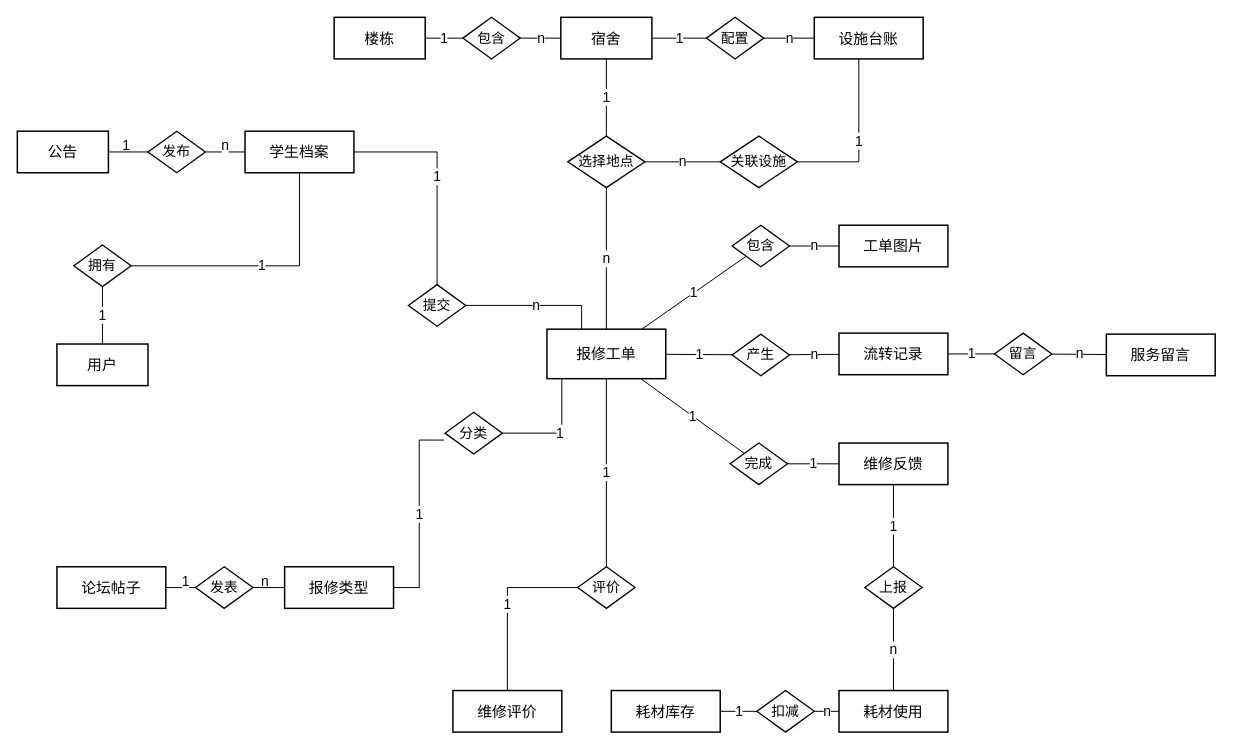
The draw.io diagram docs/project-doc-assets/reworked-diagrams/系统核心E-R实体关系图.drawio in zh23jemu/260324_Dormitory-Repair-Management, before the edit. Source tidied: cells renumbered, new cells numbered last; positions are measured from the earlier drawing's top-left corner, leaving out a move shared by most shapes. Both pictures are drawn from the tidied source at 99%, with x=0, y=0 at pixel (17, 17).
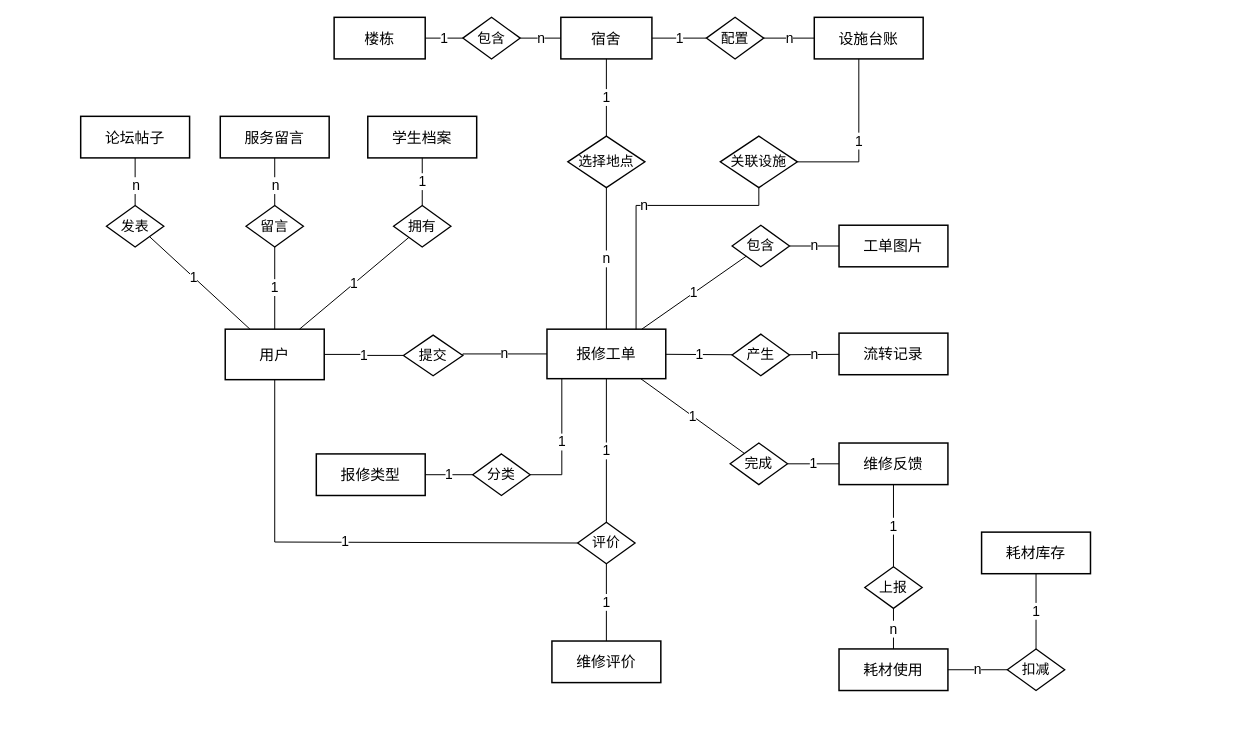
After the change.

Commit message:
docs: 更新项目架构ER图

调整了多个实体的位置和连接线，优化整体排版布局，修正了部分关联关系配置

The change refers to these unchanged cells:
```xml
<mxCell id="8" value="报修工单" style="rounded=0;whiteSpace=wrap;html=1;fillColor=#FFFFFF;strokeColor=#000000;strokeWidth=1.5;fontSize=15;fontColor=#000000;align=center;verticalAlign=middle;" parent="1" vertex="1">
  <mxGeometry x="535" y="315" width="120" height="50" as="geometry" />
</mxCell>
<mxCell id="12" value="流转记录" style="rounded=0;whiteSpace=wrap;html=1;fillColor=#FFFFFF;strokeColor=#000000;strokeWidth=1.5;fontSize=15;fontColor=#000000;align=center;verticalAlign=middle;" parent="1" vertex="1">
  <mxGeometry x="830" y="319" width="110" height="42" as="geometry" />
</mxCell>
<mxCell id="22" value="选择地点" style="rhombus;whiteSpace=wrap;html=1;fillColor=#FFFFFF;strokeColor=#000000;strokeWidth=1.3;fontSize=14;fontColor=#000000;align=center;verticalAlign=middle;" parent="1" vertex="1">
  <mxGeometry x="556" y="120" width="78" height="52" as="geometry" />
</mxCell>
<mxCell id="23" value="关联设施" style="rhombus;whiteSpace=wrap;html=1;fillColor=#FFFFFF;strokeColor=#000000;strokeWidth=1.3;fontSize=14;fontColor=#000000;align=center;verticalAlign=middle;" parent="1" vertex="1">
  <mxGeometry x="710" y="120" width="78" height="52" as="geometry" />
</mxCell>
```

Change to the diagram source:
```diff
@@
-    <mxCell id="2" value="公告" style="rounded=0;whiteSpace=wrap;html=1;fillColor=#FFFFFF;strokeColor=#000000;strokeWidth=1.5;fontSize=15;fontColor=#000000;align=center;verticalAlign=middle;" parent="1" vertex="1">
-      <mxGeometry y="115" width="92" height="42" as="geometry" />
-    </mxCell>
+    <mxCell id="51" value="n" style="endArrow=none;html=1;rounded=0;strokeColor=#000000;strokeWidth=1;fontSize=14;labelBackgroundColor=#FFFFFF;" parent="1" edge="1" source="10" target="27">
+      <mxGeometry x="0.17" y="1" relative="1" as="geometry" />
+    </mxCell>
     <mxCell id="3" value="用户" style="rounded=0;whiteSpace=wrap;html=1;fillColor=#FFFFFF;strokeColor=#000000;strokeWidth=1.5;fontSize=15;fontColor=#000000;align=center;verticalAlign=middle;" parent="1" vertex="1">
-      <mxGeometry x="40" y="330" width="92" height="42" as="geometry" />
+      <mxGeometry x="210" y="315" width="100" height="51" as="geometry" />
     </mxCell>
     <mxCell id="4" value="学生档案" style="rounded=0;whiteSpace=wrap;html=1;fillColor=#FFFFFF;strokeColor=#000000;strokeWidth=1.5;fontSize=15;fontColor=#000000;align=center;verticalAlign=middle;" parent="1" vertex="1">
-      <mxGeometry x="230" y="115" width="110" height="42" as="geometry" />
+      <mxGeometry x="354" y="100" width="110" height="42" as="geometry" />
     </mxCell>
@@
     <mxCell id="9" value="报修类型" style="rounded=0;whiteSpace=wrap;html=1;fillColor=#FFFFFF;strokeColor=#000000;strokeWidth=1.5;fontSize=15;fontColor=#000000;align=center;verticalAlign=middle;" parent="1" vertex="1">
-      <mxGeometry x="270" y="555" width="110" height="42" as="geometry" />
+      <mxGeometry x="302" y="441" width="110" height="42" as="geometry" />
     </mxCell>
     <mxCell id="10" value="论坛帖子" style="rounded=0;whiteSpace=wrap;html=1;fillColor=#FFFFFF;strokeColor=#000000;strokeWidth=1.5;fontSize=15;fontColor=#000000;align=center;verticalAlign=middle;" parent="1" vertex="1">
-      <mxGeometry x="40" y="555" width="110" height="42" as="geometry" />
+      <mxGeometry x="64" y="100" width="110" height="42" as="geometry" />
     </mxCell>
@@
     <mxCell id="13" value="服务留言" style="rounded=0;whiteSpace=wrap;html=1;fillColor=#FFFFFF;strokeColor=#000000;strokeWidth=1.5;fontSize=15;fontColor=#000000;align=center;verticalAlign=middle;" parent="1" vertex="1">
-      <mxGeometry x="1100" y="320" width="110" height="42" as="geometry" />
+      <mxGeometry x="205" y="100" width="110" height="42" as="geometry" />
     </mxCell>
@@
     <mxCell id="15" value="维修评价" style="rounded=0;whiteSpace=wrap;html=1;fillColor=#FFFFFF;strokeColor=#000000;strokeWidth=1.5;fontSize=15;fontColor=#000000;align=center;verticalAlign=middle;" parent="1" vertex="1">
-      <mxGeometry x="440" y="680" width="110" height="42" as="geometry" />
+      <mxGeometry x="540" y="630" width="110" height="42" as="geometry" />
     </mxCell>
     <mxCell id="16" value="耗材库存" style="rounded=0;whiteSpace=wrap;html=1;fillColor=#FFFFFF;strokeColor=#000000;strokeWidth=1.5;fontSize=15;fontColor=#000000;align=center;verticalAlign=middle;" parent="1" vertex="1">
-      <mxGeometry x="600" y="680" width="110" height="42" as="geometry" />
+      <mxGeometry x="974" y="520" width="110" height="42" as="geometry" />
     </mxCell>
     <mxCell id="17" value="耗材使用" style="rounded=0;whiteSpace=wrap;html=1;fillColor=#FFFFFF;strokeColor=#000000;strokeWidth=1.5;fontSize=15;fontColor=#000000;align=center;verticalAlign=middle;" parent="1" vertex="1">
-      <mxGeometry x="830" y="680" width="110" height="42" as="geometry" />
+      <mxGeometry x="830" y="638" width="110" height="42" as="geometry" />
     </mxCell>
-    <mxCell id="18" value="发布" style="rhombus;whiteSpace=wrap;html=1;fillColor=#FFFFFF;strokeColor=#000000;strokeWidth=1.3;fontSize=14;fontColor=#000000;align=center;verticalAlign=middle;" parent="1" vertex="1">
-      <mxGeometry x="132" y="115" width="58" height="42" as="geometry" />
-    </mxCell>
     <mxCell id="19" value="拥有" style="rhombus;whiteSpace=wrap;html=1;fillColor=#FFFFFF;strokeColor=#000000;strokeWidth=1.3;fontSize=14;fontColor=#000000;align=center;verticalAlign=middle;" parent="1" vertex="1">
-      <mxGeometry x="57" y="230" width="58" height="42" as="geometry" />
+      <mxGeometry x="380" y="190" width="58" height="42" as="geometry" />
     </mxCell>
@@
     <mxCell id="24" value="提交" style="rhombus;whiteSpace=wrap;html=1;fillColor=#FFFFFF;strokeColor=#000000;strokeWidth=1.3;fontSize=14;fontColor=#000000;align=center;verticalAlign=middle;" parent="1" vertex="1">
-      <mxGeometry x="395" y="270" width="58" height="42" as="geometry" />
+      <mxGeometry x="390" y="321" width="60" height="41" as="geometry" />
     </mxCell>
     <mxCell id="25" value="分类" style="rhombus;whiteSpace=wrap;html=1;fillColor=#FFFFFF;strokeColor=#000000;strokeWidth=1.3;fontSize=14;fontColor=#000000;align=center;verticalAlign=middle;" parent="1" vertex="1">
-      <mxGeometry x="432" y="399" width="58" height="42" as="geometry" />
+      <mxGeometry x="460" y="441" width="58" height="42" as="geometry" />
     </mxCell>
     <mxCell id="26" value="评价" style="rhombus;whiteSpace=wrap;html=1;fillColor=#FFFFFF;strokeColor=#000000;strokeWidth=1.3;fontSize=14;fontColor=#000000;align=center;verticalAlign=middle;" parent="1" vertex="1">
-      <mxGeometry x="566" y="555" width="58" height="42" as="geometry" />
+      <mxGeometry x="566" y="510" width="58" height="42" as="geometry" />
     </mxCell>
     <mxCell id="27" value="发表" style="rhombus;whiteSpace=wrap;html=1;fillColor=#FFFFFF;strokeColor=#000000;strokeWidth=1.3;fontSize=14;fontColor=#000000;align=center;verticalAlign=middle;" parent="1" vertex="1">
-      <mxGeometry x="180" y="555" width="58" height="42" as="geometry" />
+      <mxGeometry x="90" y="190" width="58" height="42" as="geometry" />
     </mxCell>
@@
     <mxCell id="30" value="留言" style="rhombus;whiteSpace=wrap;html=1;fillColor=#FFFFFF;strokeColor=#000000;strokeWidth=1.3;fontSize=14;fontColor=#000000;align=center;verticalAlign=middle;" parent="1" vertex="1">
-      <mxGeometry x="987" y="319" width="58" height="42" as="geometry" />
+      <mxGeometry x="231" y="190" width="58" height="42" as="geometry" />
     </mxCell>
@@
     <mxCell id="33" value="扣减" style="rhombus;whiteSpace=wrap;html=1;fillColor=#FFFFFF;strokeColor=#000000;strokeWidth=1.3;fontSize=14;fontColor=#000000;align=center;verticalAlign=middle;" parent="1" vertex="1">
-      <mxGeometry x="747" y="680" width="58" height="42" as="geometry" />
+      <mxGeometry x="1000" y="638" width="58" height="42" as="geometry" />
     </mxCell>
-    <mxCell id="34" value="1" style="endArrow=none;html=1;rounded=0;strokeColor=#000000;strokeWidth=1;fontSize=14;labelBackgroundColor=#FFFFFF;" parent="1" edge="1" source="18" target="4">
-      <mxGeometry x="-1" y="80" relative="1" as="geometry">
-        <mxPoint x="-80" y="74" as="offset" />
-      </mxGeometry>
-    </mxCell>
-    <mxCell id="35" value="1" style="endArrow=none;html=1;rounded=0;strokeColor=#000000;strokeWidth=1;fontSize=14;labelBackgroundColor=#FFFFFF;" parent="1" edge="1" source="3" target="19">
+    <mxCell id="35" value="1" style="endArrow=none;html=1;rounded=0;strokeColor=#000000;strokeWidth=1;fontSize=14;labelBackgroundColor=#FFFFFF;exitX=0.75;exitY=0;exitDx=0;exitDy=0;" parent="1" edge="1" source="3" target="19">
       <mxGeometry relative="1" as="geometry" />
     </mxCell>
@@
-    <mxCell id="44" value="n" style="endArrow=none;html=1;rounded=0;strokeColor=#000000;strokeWidth=1;fontSize=14;labelBackgroundColor=#FFFFFF;entryX=1;entryY=0.5;entryDx=0;entryDy=0;" parent="1" edge="1" source="23" target="22">
-      <mxGeometry relative="1" as="geometry" />
+    <mxCell id="44" value="n" style="endArrow=none;html=1;rounded=0;strokeColor=#000000;strokeWidth=1;fontSize=14;labelBackgroundColor=#FFFFFF;entryX=0.75;entryY=0;entryDx=0;entryDy=0;exitX=0.5;exitY=1;exitDx=0;exitDy=0;edgeStyle=orthogonalEdgeStyle;" parent="1" edge="1" source="23" target="8">
+      <mxGeometry relative="1" as="geometry">
+        <Array as="points">
+          <mxPoint x="749" y="190" />
+          <mxPoint x="625" y="190" />
+        </Array>
+      </mxGeometry>
     </mxCell>
-    <mxCell id="45" value="1" style="endArrow=none;html=1;rounded=0;strokeColor=#000000;strokeWidth=1;fontSize=14;labelBackgroundColor=#FFFFFF;edgeStyle=orthogonalEdgeStyle;" parent="1" edge="1" source="4" target="24">
+    <mxCell id="45" value="1" style="endArrow=none;html=1;rounded=0;strokeColor=#000000;strokeWidth=1;fontSize=14;labelBackgroundColor=#FFFFFF;edgeStyle=orthogonalEdgeStyle;entryX=0;entryY=0.5;entryDx=0;entryDy=0;exitX=1;exitY=0.5;exitDx=0;exitDy=0;" parent="1" edge="1" source="3" target="24">
       <mxGeometry relative="1" as="geometry" />
     </mxCell>
-    <mxCell id="46" value="n" style="endArrow=none;html=1;rounded=0;strokeColor=#000000;strokeWidth=1;fontSize=14;labelBackgroundColor=#FFFFFF;edgeStyle=orthogonalEdgeStyle;" parent="1" edge="1" source="24" target="8">
+    <mxCell id="46" value="n" style="endArrow=none;html=1;rounded=0;strokeColor=#000000;strokeWidth=1;fontSize=14;labelBackgroundColor=#FFFFFF;edgeStyle=orthogonalEdgeStyle;entryX=0;entryY=0.5;entryDx=0;entryDy=0;exitX=1;exitY=0.5;exitDx=0;exitDy=0;" parent="1" edge="1" source="24" target="8">
       <mxGeometry relative="1" as="geometry">
         <Array as="points">
-          <mxPoint x="570" y="291" />
+          <mxPoint x="450" y="340" />
         </Array>
       </mxGeometry>
     </mxCell>
-    <mxCell id="47" value="1" style="endArrow=none;html=1;rounded=0;strokeColor=#000000;strokeWidth=1;fontSize=14;labelBackgroundColor=#FFFFFF;exitX=1;exitY=0.5;exitDx=0;exitDy=0;edgeStyle=orthogonalEdgeStyle;entryX=-0.017;entryY=0.667;entryDx=0;entryDy=0;entryPerimeter=0;" parent="1" edge="1" source="9" target="25">
+    <mxCell id="47" value="1" style="endArrow=none;html=1;rounded=0;strokeColor=#000000;strokeWidth=1;fontSize=14;labelBackgroundColor=#FFFFFF;exitX=1;exitY=0.5;exitDx=0;exitDy=0;edgeStyle=orthogonalEdgeStyle;entryX=0;entryY=0.5;entryDx=0;entryDy=0;" parent="1" edge="1" source="9" target="25">
       <mxGeometry relative="1" as="geometry" />
     </mxCell>
-    <mxCell id="48" value="1" style="endArrow=none;html=1;rounded=0;strokeColor=#000000;strokeWidth=1;fontSize=14;labelBackgroundColor=#FFFFFF;edgeStyle=orthogonalEdgeStyle;" parent="1" edge="1" source="25" target="8">
+    <mxCell id="48" value="1" style="endArrow=none;html=1;rounded=0;strokeColor=#000000;strokeWidth=1;fontSize=14;labelBackgroundColor=#FFFFFF;edgeStyle=orthogonalEdgeStyle;exitX=1;exitY=0.5;exitDx=0;exitDy=0;" parent="1" edge="1" source="25" target="8">
       <mxGeometry relative="1" as="geometry">
         <Array as="points">
-          <mxPoint x="550" y="420" />
+          <mxPoint x="550" y="462" />
         </Array>
       </mxGeometry>
     </mxCell>
@@
-    <mxCell id="50" value="1" style="endArrow=none;html=1;rounded=0;strokeColor=#000000;strokeWidth=1;fontSize=14;labelBackgroundColor=#FFFFFF;edgeStyle=orthogonalEdgeStyle;" parent="1" edge="1" source="26" target="15">
+    <mxCell id="50" value="1" style="endArrow=none;html=1;rounded=0;strokeColor=#000000;strokeWidth=1;fontSize=14;labelBackgroundColor=#FFFFFF;edgeStyle=orthogonalEdgeStyle;exitX=0.5;exitY=1;exitDx=0;exitDy=0;" parent="1" edge="1" source="26" target="15">
       <mxGeometry relative="1" as="geometry" />
     </mxCell>
-    <mxCell id="51" value="n" style="endArrow=none;html=1;rounded=0;strokeColor=#000000;strokeWidth=1;fontSize=14;labelBackgroundColor=#FFFFFF;" parent="1" edge="1" source="10" target="27">
-      <mxGeometry x="1" y="70" relative="1" as="geometry">
-        <mxPoint x="70" y="64" as="offset" />
-      </mxGeometry>
-    </mxCell>
-    <mxCell id="52" value="1" style="endArrow=none;html=1;rounded=0;strokeColor=#000000;strokeWidth=1;fontSize=14;labelBackgroundColor=#FFFFFF;entryX=0;entryY=0.5;entryDx=0;entryDy=0;" parent="1" edge="1" source="27" target="9">
-      <mxGeometry x="-1" y="68" relative="1" as="geometry">
-        <mxPoint x="-68" y="62" as="offset" />
-      </mxGeometry>
+    <mxCell id="52" value="1" style="endArrow=none;html=1;rounded=0;strokeColor=#000000;strokeWidth=1;fontSize=14;labelBackgroundColor=#FFFFFF;entryX=0.25;entryY=0;entryDx=0;entryDy=0;exitX=1;exitY=1;exitDx=0;exitDy=0;" parent="1" edge="1" source="27" target="3">
+      <mxGeometry x="-0.12" relative="1" as="geometry" />
     </mxCell>
@@
-    <mxCell id="57" value="1" style="endArrow=none;html=1;rounded=0;strokeColor=#000000;strokeWidth=1;fontSize=14;labelBackgroundColor=#FFFFFF;" parent="1" edge="1" source="12" target="30">
-      <mxGeometry relative="1" as="geometry" />
-    </mxCell>
-    <mxCell id="58" value="n" style="endArrow=none;html=1;rounded=0;strokeColor=#000000;strokeWidth=1;fontSize=14;labelBackgroundColor=#FFFFFF;" parent="1" edge="1" source="30" target="13">
-      <mxGeometry relative="1" as="geometry" />
-    </mxCell>
@@
-    <mxCell id="65" value="n" style="endArrow=none;html=1;rounded=0;strokeColor=#000000;strokeWidth=1;fontSize=14;labelBackgroundColor=#FFFFFF;" parent="1" edge="1" source="2" target="18">
-      <mxGeometry x="1" y="78" relative="1" as="geometry">
-        <mxPoint x="78" y="72" as="offset" />
-      </mxGeometry>
-    </mxCell>
+    <mxCell id="66" value="1" style="endArrow=none;html=1;rounded=0;strokeColor=#000000;strokeWidth=1;fontSize=14;labelBackgroundColor=#FFFFFF;edgeStyle=orthogonalEdgeStyle;entryX=0;entryY=0.5;entryDx=0;entryDy=0;exitX=0.5;exitY=1;exitDx=0;exitDy=0;" parent="1" edge="1" source="3" target="26">
+      <mxGeometry relative="1" as="geometry">
+        <Array as="points">
+          <mxPoint x="260" y="530" />
+          <mxPoint x="566" y="530" />
+        </Array>
+      </mxGeometry>
+    </mxCell>
+    <mxCell id="67" value="n" style="endArrow=none;html=1;rounded=0;strokeColor=#000000;strokeWidth=1;fontSize=14;labelBackgroundColor=#FFFFFF;exitX=0.5;exitY=1;exitDx=0;exitDy=0;entryX=0.5;entryY=0;entryDx=0;entryDy=0;" parent="1" edge="1" source="13" target="30">
+      <mxGeometry x="0.17" y="1" relative="1" as="geometry" />
+    </mxCell>
+    <mxCell id="68" value="1" style="endArrow=none;html=1;rounded=0;strokeColor=#000000;strokeWidth=1;fontSize=14;labelBackgroundColor=#FFFFFF;entryX=0.5;entryY=1;entryDx=0;entryDy=0;exitX=0.5;exitY=0;exitDx=0;exitDy=0;" parent="1" edge="1" source="3" target="30">
+      <mxGeometry relative="1" as="geometry" />
+    </mxCell>
```
